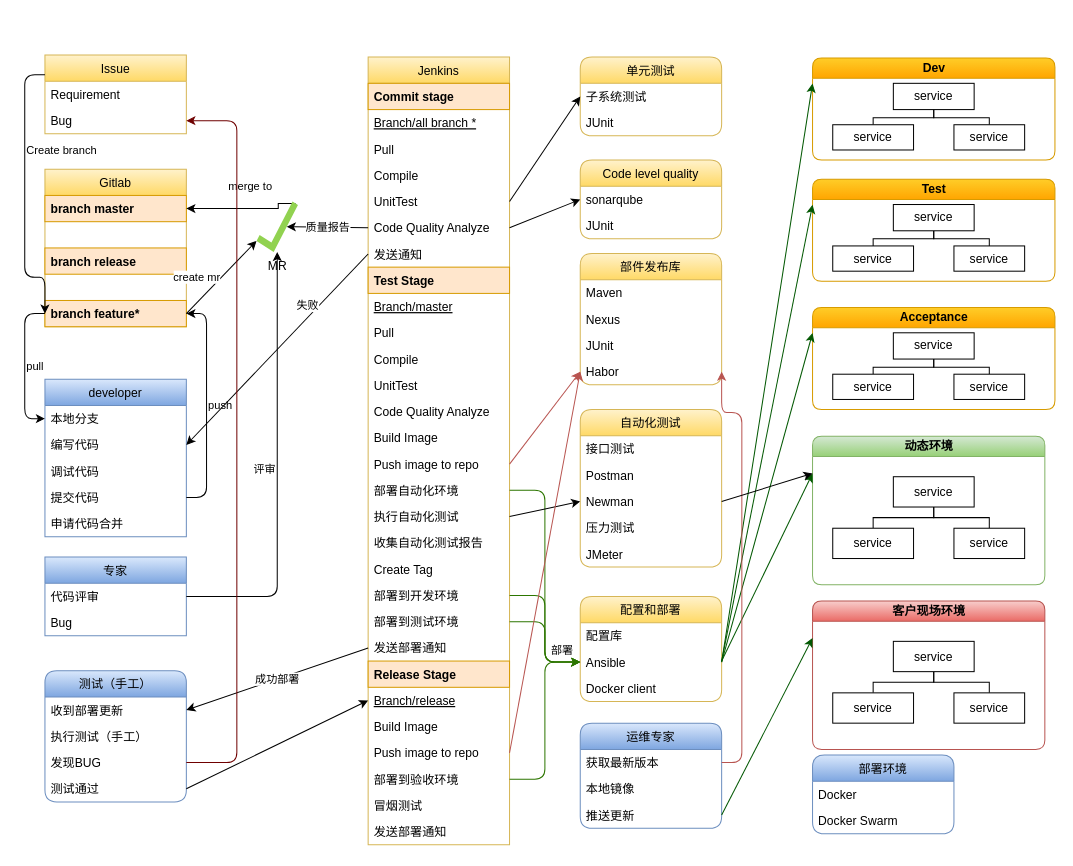
Before: page "continuous delivery" (3 of 3) of devops.drawio in jasonhu/blog, a draw.io diagram. Source tidied: cells renumbered, new cells numbered last; positions are measured from the earlier drawing's top-left corner, leaving out a move shared by most shapes. Both pictures are drawn from the tidied source at 101%, with x=0, y=0 at pixel (24, 55).
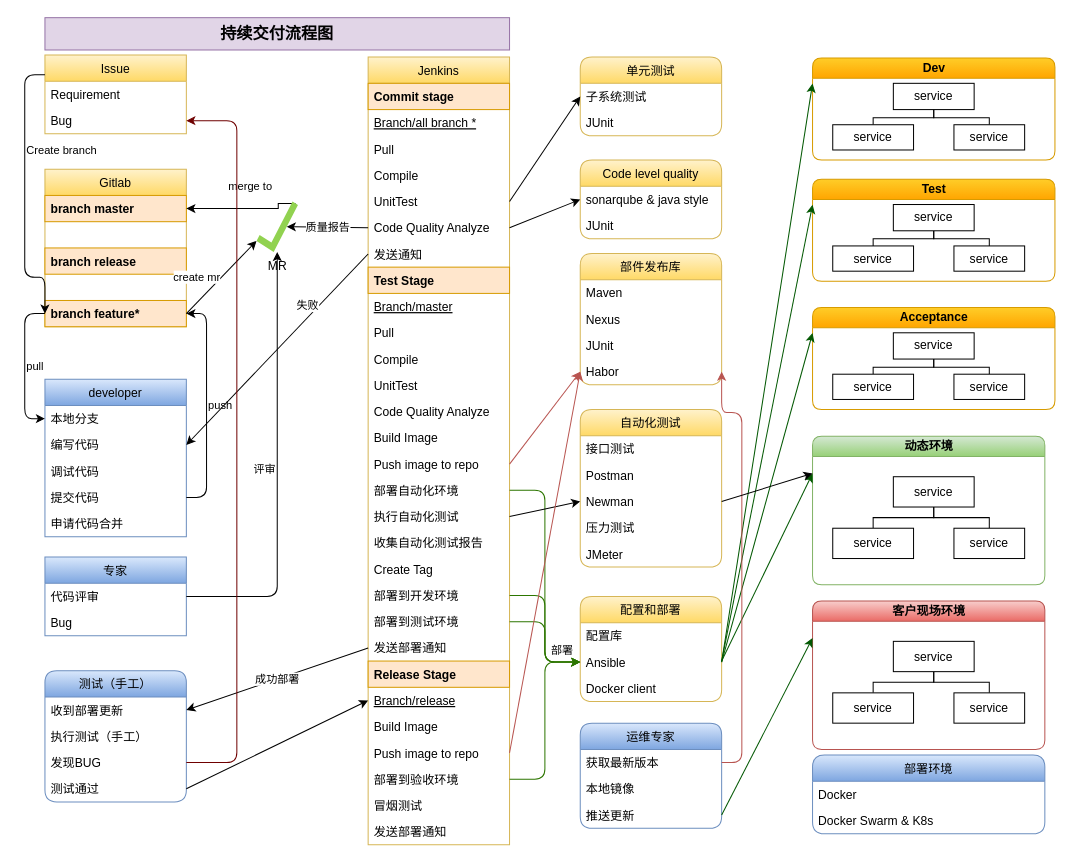
Above is the later version.

The change refers to these unchanged cells:
```xml
<mxCell id="32" value="Code level quality" style="swimlane;fontStyle=0;horizontal=1;startSize=26;fillColor=#fff2cc;rounded=1;strokeColor=#d6b656;swimlaneLine=1;gradientColor=#ffd966;" parent="1" vertex="1">
  <mxGeometry x="550" y="104" width="140" height="78" as="geometry" />
</mxCell>
```

The edit, as a diff of the source:
```diff
@@
-    <mxCell id="33" value="sonarqube" style="text;strokeColor=none;fillColor=none;align=left;verticalAlign=top;spacingLeft=4;spacingRight=4;overflow=hidden;points=[[0,0.5],[1,0.5]];portConstraint=eastwest;" parent="32" vertex="1">
+    <mxCell id="33" value="sonarqube &amp; java style" style="text;strokeColor=none;fillColor=none;align=left;verticalAlign=top;spacingLeft=4;spacingRight=4;overflow=hidden;points=[[0,0.5],[1,0.5]];portConstraint=eastwest;" parent="32" vertex="1">
       <mxGeometry y="26" width="140" height="26" as="geometry" />
     </mxCell>
@@
     <mxCell id="94" value="部署环境" style="swimlane;fontStyle=0;horizontal=1;startSize=26;fillColor=#dae8fc;rounded=1;strokeColor=#6c8ebf;gradientColor=#7ea6e0;" parent="1" vertex="1">
-      <mxGeometry x="780" y="693" width="140" height="78" as="geometry" />
+      <mxGeometry x="780" y="693" width="230" height="78" as="geometry" />
     </mxCell>
     <mxCell id="95" value="Docker" style="text;strokeColor=none;fillColor=none;align=left;verticalAlign=top;spacingLeft=4;spacingRight=4;overflow=hidden;" parent="94" vertex="1">
-      <mxGeometry y="26" width="140" height="26" as="geometry" />
+      <mxGeometry y="26" width="230" height="26" as="geometry" />
     </mxCell>
-    <mxCell id="96" value="Docker Swarm&#10;" style="text;strokeColor=none;fillColor=none;align=left;verticalAlign=top;spacingLeft=4;spacingRight=4;overflow=hidden;" parent="94" vertex="1">
-      <mxGeometry y="52" width="140" height="26" as="geometry" />
+    <mxCell id="96" value="Docker Swarm &amp; K8s&#10;" style="text;strokeColor=none;fillColor=none;align=left;verticalAlign=top;spacingLeft=4;spacingRight=4;overflow=hidden;" parent="94" vertex="1">
+      <mxGeometry y="52" width="230" height="26" as="geometry" />
     </mxCell>
@@
+    <mxCell id="143" value="持续交付流程图" style="rounded=0;whiteSpace=wrap;html=1;fontStyle=1;fontSize=16;fillColor=#e1d5e7;strokeColor=#9673a6;" parent="1" vertex="1">
+      <mxGeometry x="20" y="-37" width="460" height="32" as="geometry" />
+    </mxCell>
```
